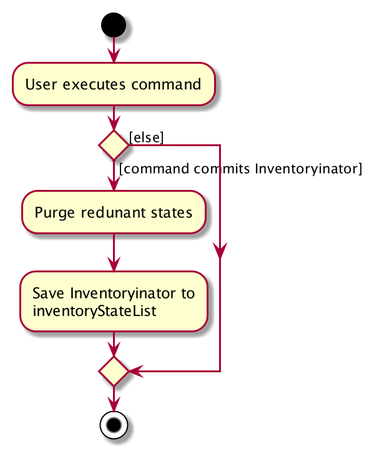
Before: docs/images/CommitActivityDiagram.png, a diagram exported from PlantUML (nus-cs2103-AY2021S1/tp).
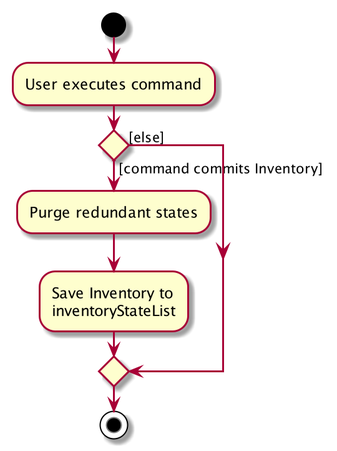
After the commit.

What changed in the source:
```diff
@@ -3,9 +3,9 @@
 :User executes command;
 
 
-if () then ([command commits Inventoryinator])
-    :Purge redunant states;
-    :Save Inventoryinator to
+if () then ([command commits Inventory])
+    :Purge redundant states;
+    :Save Inventory to
     inventoryStateList;
 else ([else])
 endif
```
